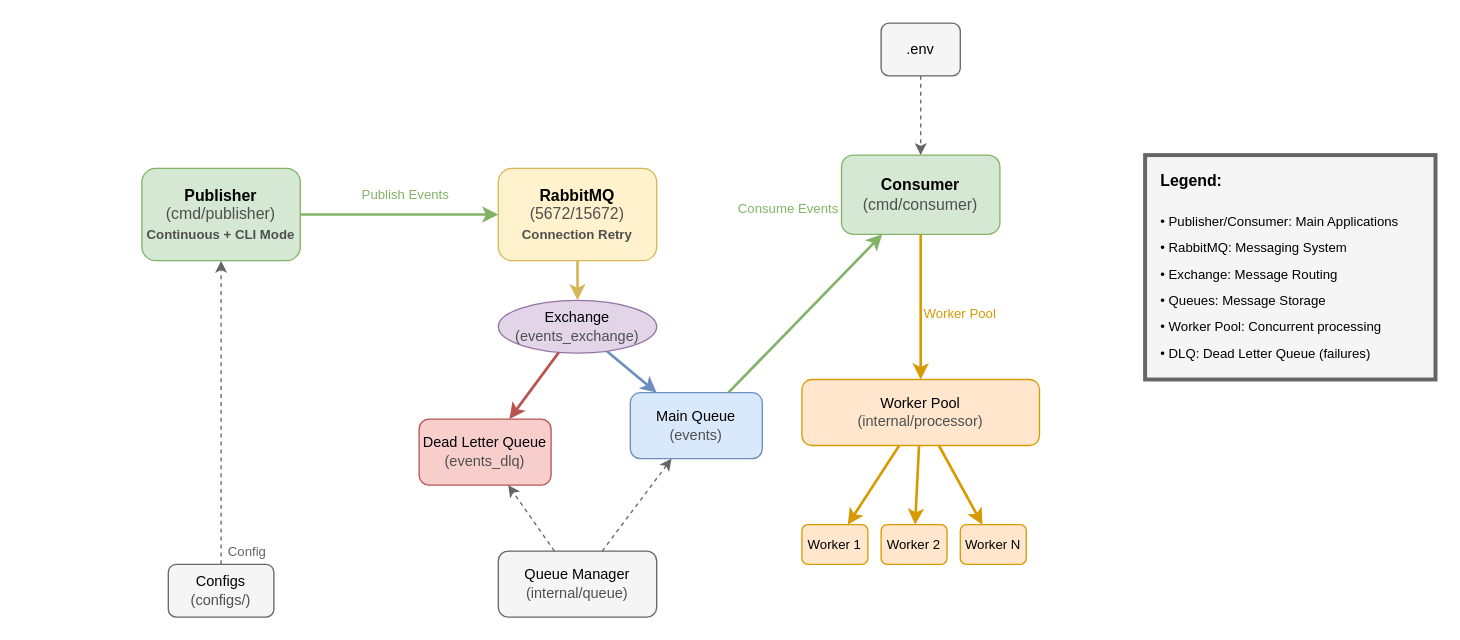
Earlier version of the draw.io diagram docs/architecture.drawio (lorenaziviani/go_hopper). Source tidied: cells renumbered, new cells numbered last; positions are measured from the earlier drawing's top-left corner, leaving out a move shared by most shapes. Both pictures are drawn from the tidied source at 132%, with x=0, y=0 at pixel (141, 22).
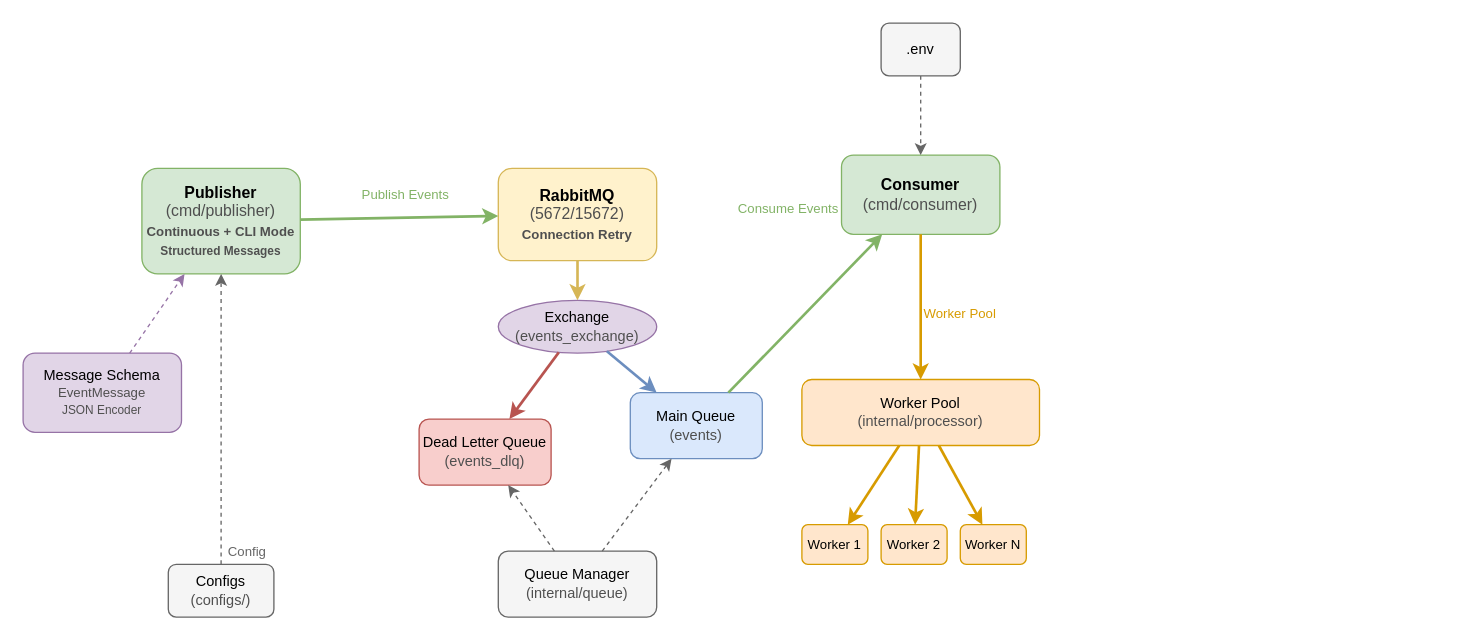
The same page after the edit.

Commit message (it also covers changes not shown here):
chore(publisher): add message schema and encoder

The edit, as a diff of the source:
```diff
@@
-    <mxCell id="2" style="rounded=0;whiteSpace=wrap;html=1;fillColor=#f5f5f5;fontColor=#333333;strokeColor=#666666;strokeWidth=3;" parent="1" vertex="1">
-      <mxGeometry x="760" y="100" width="220" height="170" as="geometry" />
-    </mxCell>
-    <mxCell id="3" value="Publisher&lt;br&gt;&lt;span style=&quot;font-weight: normal;&quot;&gt;&lt;font style=&quot;color: rgb(79, 79, 79);&quot;&gt;(cmd/publisher)&lt;/font&gt;&lt;/span&gt;&lt;br&gt;&lt;font style=&quot;color: rgb(79, 79, 79); font-size: 10px;&quot;&gt;Continuous + CLI Mode&lt;/font&gt;" style="rounded=1;whiteSpace=wrap;html=1;fillColor=#d5e8d4;strokeColor=#82b366;fontSize=12;fontStyle=1;" parent="1" vertex="1">
-      <mxGeometry y="110" width="120" height="70" as="geometry" />
+    <mxCell id="3" value="Publisher&lt;br&gt;&lt;span style=&quot;font-weight: normal;&quot;&gt;&lt;font style=&quot;color: rgb(79, 79, 79);&quot;&gt;(cmd/publisher)&lt;/font&gt;&lt;/span&gt;&lt;br&gt;&lt;font style=&quot;color: rgb(79, 79, 79); font-size: 10px;&quot;&gt;Continuous + CLI Mode&lt;/font&gt;&lt;br&gt;&lt;font style=&quot;color: rgb(79, 79, 79); font-size: 9px;&quot;&gt;Structured Messages&lt;/font&gt;" style="rounded=1;whiteSpace=wrap;html=1;fillColor=#d5e8d4;strokeColor=#82b366;fontSize=12;fontStyle=1;" parent="1" vertex="1">
+      <mxGeometry y="110" width="120" height="80" as="geometry" />
     </mxCell>
@@
+    <mxCell id="40" value="Message Schema&lt;br&gt;&lt;font style=&quot;color: rgb(79, 79, 79); font-size: 10px;&quot;&gt;EventMessage&lt;/font&gt;&lt;br&gt;&lt;font style=&quot;color: rgb(79, 79, 79); font-size: 9px;&quot;&gt;JSON Encoder&lt;/font&gt;" style="rounded=1;whiteSpace=wrap;html=1;fillColor=#e1d5e7;strokeColor=#9673a6;fontSize=11;" parent="1" vertex="1">
+      <mxGeometry x="-90" y="250" width="120" height="60" as="geometry" />
+    </mxCell>
@@
+    <mxCell id="41" style="endArrow=classic;html=1;rounded=0;strokeWidth=1;strokeColor=#9673a6;dashed=1;" parent="1" edge="1" source="40" target="3">
+      <mxGeometry relative="1" as="geometry" />
+    </mxCell>
@@
-    <mxCell id="33" value="Legend:" style="text;html=1;strokeColor=none;fillColor=none;align=left;verticalAlign=middle;whiteSpace=wrap;rounded=0;fontSize=12;fontStyle=1;" parent="1" vertex="1">
-      <mxGeometry x="770" y="110" width="80" height="20" as="geometry" />
-    </mxCell>
-    <mxCell id="34" value="• Publisher/Consumer: Main Applications" style="text;html=1;strokeColor=none;fillColor=none;align=left;verticalAlign=middle;whiteSpace=wrap;rounded=0;fontSize=10;" parent="1" vertex="1">
-      <mxGeometry x="770" y="140" width="200" height="20" as="geometry" />
-    </mxCell>
-    <mxCell id="35" value="• RabbitMQ: Messaging System" style="text;html=1;strokeColor=none;fillColor=none;align=left;verticalAlign=middle;whiteSpace=wrap;rounded=0;fontSize=10;" parent="1" vertex="1">
-      <mxGeometry x="770" y="160" width="200" height="20" as="geometry" />
-    </mxCell>
-    <mxCell id="36" value="• Exchange: Message Routing" style="text;html=1;strokeColor=none;fillColor=none;align=left;verticalAlign=middle;whiteSpace=wrap;rounded=0;fontSize=10;" parent="1" vertex="1">
-      <mxGeometry x="770" y="180" width="200" height="20" as="geometry" />
-    </mxCell>
-    <mxCell id="37" value="• Queues: Message Storage" style="text;html=1;strokeColor=none;fillColor=none;align=left;verticalAlign=middle;whiteSpace=wrap;rounded=0;fontSize=10;" parent="1" vertex="1">
-      <mxGeometry x="770" y="200" width="200" height="20" as="geometry" />
-    </mxCell>
-    <mxCell id="38" value="• Worker Pool: Concurrent processing" style="text;html=1;strokeColor=none;fillColor=none;align=left;verticalAlign=middle;whiteSpace=wrap;rounded=0;fontSize=10;" parent="1" vertex="1">
-      <mxGeometry x="770" y="220" width="200" height="20" as="geometry" />
-    </mxCell>
-    <mxCell id="39" value="• DLQ: Dead Letter Queue (failures)" style="text;html=1;strokeColor=none;fillColor=none;align=left;verticalAlign=middle;whiteSpace=wrap;rounded=0;fontSize=10;" parent="1" vertex="1">
-      <mxGeometry x="770" y="240" width="200" height="20" as="geometry" />
-    </mxCell>
```
